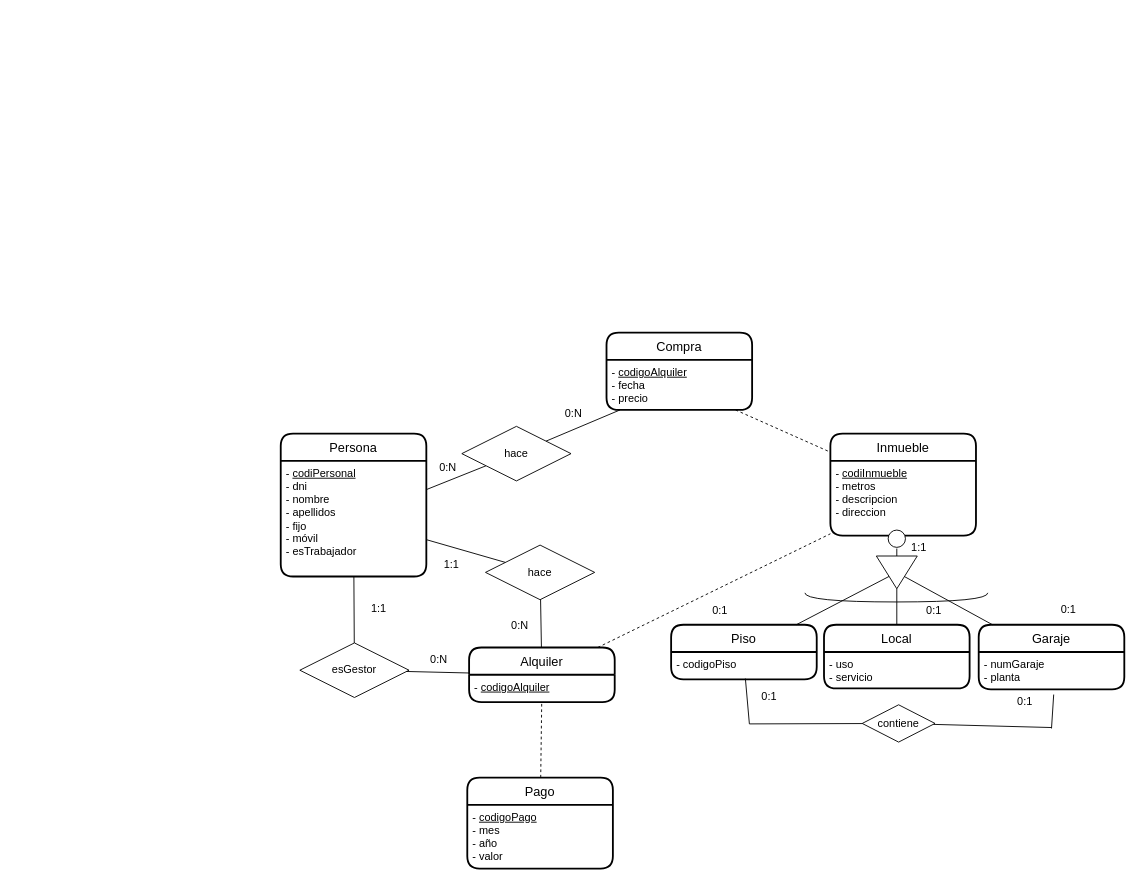
Before: ex18.drawio in JuanMarinG/TA12_MYSQL, a draw.io diagram. Source tidied: cells renumbered, new cells numbered last; positions are measured from the earlier drawing's top-left corner, leaving out a move shared by most shapes. Both pictures are drawn from the tidied source at 91%, with x=0, y=0 at pixel (280, 332).
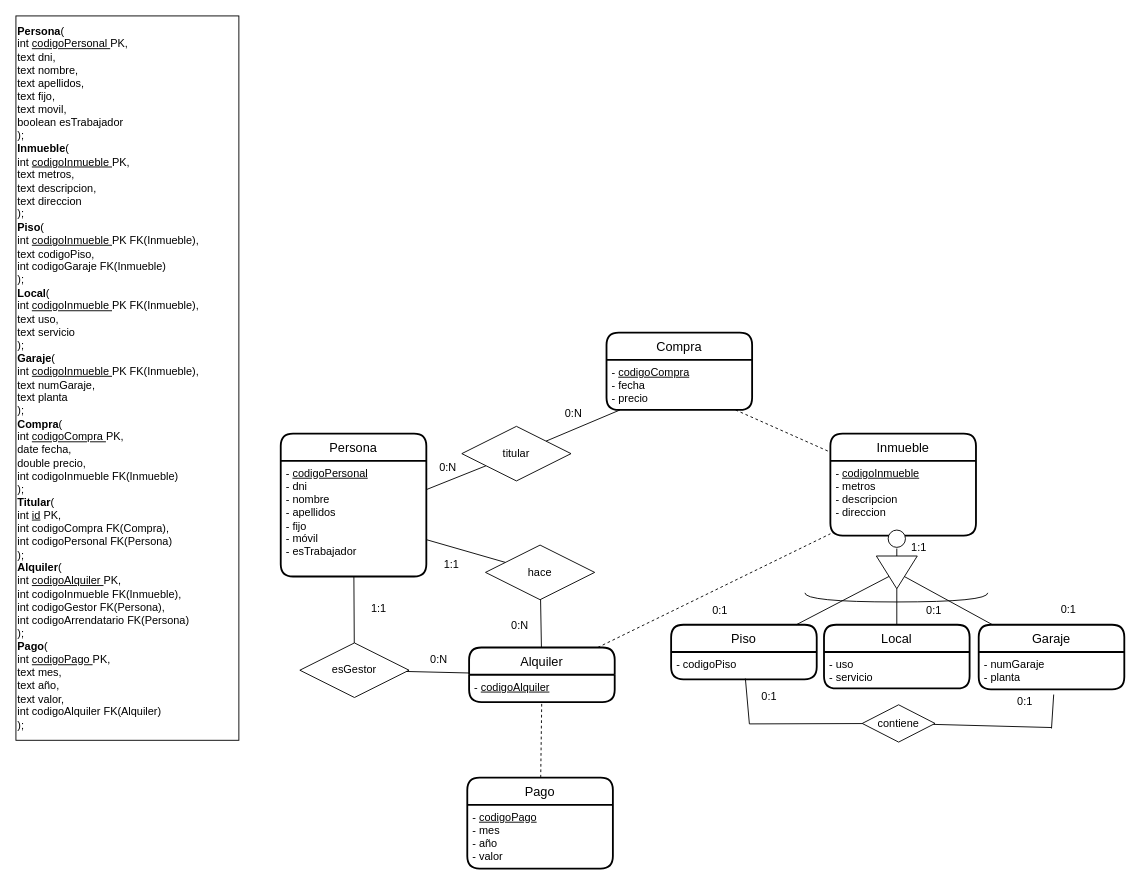
The same diagram, later.

The change refers to these unchanged cells:
```xml
<mxCell id="2" value="Persona" style="swimlane;horizontal=1;startSize=30;rounded=1;fontSize=14;fontStyle=0;strokeWidth=2;shadow=0;align=center;fillStyle=auto;gradientColor=none;swimlaneFillColor=none;fillColor=default;sketch=0;glass=0;swimlaneLine=1;perimeterSpacing=0;" parent="1" vertex="1">
  <mxGeometry y="111" width="160" height="157" as="geometry" />
</mxCell>
<mxCell id="5" value="Inmueble" style="swimlane;horizontal=1;startSize=30;rounded=1;fontSize=14;fontStyle=0;strokeWidth=2;shadow=0;align=center;fillStyle=auto;gradientColor=none;swimlaneFillColor=none;fillColor=default;sketch=0;glass=0;swimlaneLine=1;perimeterSpacing=0;" parent="1" vertex="1">
  <mxGeometry x="604" y="111" width="160" height="112" as="geometry" />
</mxCell>
<mxCell id="39" value="Compra" style="swimlane;horizontal=1;startSize=30;rounded=1;fontSize=14;fontStyle=0;strokeWidth=2;shadow=0;align=center;fillStyle=auto;gradientColor=none;swimlaneFillColor=none;fillColor=default;sketch=0;glass=0;swimlaneLine=1;perimeterSpacing=0;" parent="1" vertex="1">
  <mxGeometry x="358" width="160" height="85" as="geometry" />
</mxCell>
```

What changed in the source:
```diff
@@
-    <mxCell id="3" value="- &lt;u&gt;codiPersonal&lt;br&gt;&lt;/u&gt;- dni&lt;br&gt;- nombre&lt;br&gt;- apellidos&lt;br&gt;- fijo&lt;br&gt;&lt;div&gt;- móvil&lt;/div&gt;&lt;div&gt;- esTrabajador&lt;/div&gt;&lt;div&gt;&lt;br&gt;&lt;/div&gt;" style="text;html=1;align=left;verticalAlign=top;points=[];strokeColor=none;fillColor=none;spacingLeft=4;" parent="2" vertex="1">
+    <mxCell id="3" value="- &lt;u&gt;codigoPersonal&lt;br&gt;&lt;/u&gt;- dni&lt;br&gt;- nombre&lt;br&gt;- apellidos&lt;br&gt;- fijo&lt;br&gt;&lt;div&gt;- móvil&lt;/div&gt;&lt;div&gt;- esTrabajador&lt;/div&gt;&lt;div&gt;&lt;br&gt;&lt;/div&gt;" style="text;html=1;align=left;verticalAlign=top;points=[];strokeColor=none;fillColor=none;spacingLeft=4;" parent="2" vertex="1">
       <mxGeometry y="30" width="160" height="127" as="geometry" />
     </mxCell>
@@
-    <mxCell id="6" value="&lt;div&gt;- &lt;u&gt;codiInmueble&lt;/u&gt;&lt;/div&gt;&lt;div&gt;- metros&lt;/div&gt;&lt;div&gt;- descripcion&lt;br&gt;&lt;/div&gt;- direccion" style="text;html=1;align=left;verticalAlign=top;points=[];strokeColor=none;fillColor=none;spacingLeft=4;" parent="5" vertex="1">
+    <mxCell id="6" value="&lt;div&gt;- &lt;u&gt;codigoInmueble&lt;/u&gt;&lt;/div&gt;&lt;div&gt;- metros&lt;/div&gt;&lt;div&gt;- descripcion&lt;br&gt;&lt;/div&gt;- direccion" style="text;html=1;align=left;verticalAlign=top;points=[];strokeColor=none;fillColor=none;spacingLeft=4;" parent="5" vertex="1">
       <mxGeometry y="30" width="160" height="82" as="geometry" />
     </mxCell>
@@
-    <mxCell id="40" value="- &lt;u&gt;codigoAlquiler&lt;/u&gt;&lt;br&gt;- fecha&lt;br&gt;- precio" style="text;html=1;align=left;verticalAlign=top;points=[];strokeColor=none;fillColor=none;spacingLeft=4;" parent="39" vertex="1">
+    <mxCell id="40" value="- &lt;u&gt;codigoCompra&lt;/u&gt;&lt;br&gt;- fecha&lt;br&gt;- precio" style="text;html=1;align=left;verticalAlign=top;points=[];strokeColor=none;fillColor=none;spacingLeft=4;" parent="39" vertex="1">
       <mxGeometry y="30" width="160" height="55" as="geometry" />
     </mxCell>
@@
-    <mxCell id="45" value="hace" style="shape=rhombus;perimeter=rhombusPerimeter;whiteSpace=wrap;html=1;align=center;" parent="1" vertex="1">
+    <mxCell id="45" value="titular" style="shape=rhombus;perimeter=rhombusPerimeter;whiteSpace=wrap;html=1;align=center;" parent="1" vertex="1">
       <mxGeometry x="199" y="103" width="120" height="60" as="geometry" />
     </mxCell>
@@
+    <mxCell id="57" value="&lt;div&gt;&lt;b&gt;Persona&lt;/b&gt;(&lt;/div&gt;&lt;div&gt;&lt;span style=&quot;&quot;&gt; &lt;/span&gt;int &lt;u&gt;codigoPersonal &lt;/u&gt;PK,&amp;nbsp;&lt;/div&gt;&lt;div&gt;&lt;span style=&quot;&quot;&gt; &lt;/span&gt;text dni,&lt;/div&gt;&lt;div&gt;&lt;span style=&quot;&quot;&gt; &lt;/span&gt;text nombre,&lt;/div&gt;&lt;div&gt;&lt;span style=&quot;&quot;&gt; &lt;/span&gt;text apellidos,&lt;/div&gt;&lt;div&gt;&lt;span style=&quot;&quot;&gt; &lt;/span&gt;text fijo,&lt;/div&gt;&lt;div&gt;&lt;span style=&quot;&quot;&gt; &lt;/span&gt;text movil,&lt;/div&gt;&lt;div&gt;&lt;span style=&quot;&quot;&gt; &lt;/span&gt;boolean esTrabajador&lt;/div&gt;&lt;div&gt;);&lt;/div&gt;&lt;div&gt;&lt;b&gt;Inmueble&lt;/b&gt;(&lt;/div&gt;&lt;div&gt;&lt;span style=&quot;&quot;&gt; &lt;/span&gt;int &lt;u&gt;codigoInmueble &lt;/u&gt;PK,&lt;/div&gt;&lt;div&gt;&lt;span style=&quot;&quot;&gt; &lt;/span&gt;text metros,&lt;/div&gt;&lt;div&gt;&lt;span style=&quot;&quot;&gt; &lt;/span&gt;text descripcion,&lt;/div&gt;&lt;div&gt;&lt;span style=&quot;&quot;&gt; &lt;/span&gt;text direccion&lt;/div&gt;&lt;div&gt;);&lt;/div&gt;&lt;div&gt;&lt;b&gt;Piso&lt;/b&gt;(&lt;/div&gt;&lt;div&gt;&lt;span style=&quot;&quot;&gt; &lt;/span&gt;int &lt;u&gt;codigoInmueble &lt;/u&gt;PK FK(Inmueble),&lt;/div&gt;&lt;div&gt;&lt;span style=&quot;&quot;&gt; &lt;/span&gt;text codigoPiso,&lt;/div&gt;&lt;div&gt;&lt;span style=&quot;&quot;&gt; &lt;/span&gt;int codigoGaraje FK(Inmueble)&lt;/div&gt;&lt;div&gt;);&lt;/div&gt;&lt;div&gt;&lt;b&gt;Local&lt;/b&gt;(&lt;/div&gt;&lt;div&gt;&lt;span style=&quot;&quot;&gt; &lt;/span&gt;int &lt;u&gt;codigoInmueble &lt;/u&gt;PK FK(Inmueble),&lt;/div&gt;&lt;div&gt;&lt;span style=&quot;&quot;&gt; &lt;/span&gt;text uso,&lt;/div&gt;&lt;div&gt;&lt;span style=&quot;&quot;&gt; &lt;/span&gt;text servicio&lt;/div&gt;&lt;div&gt;);&lt;/div&gt;&lt;div&gt;&lt;b&gt;Garaje&lt;/b&gt;(&lt;/div&gt;&lt;div&gt;&lt;span style=&quot;&quot;&gt; &lt;/span&gt;int &lt;u&gt;codigoInmueble &lt;/u&gt;PK FK(Inmueble),&lt;/div&gt;&lt;div&gt;&lt;span style=&quot;&quot;&gt; &lt;/span&gt;text numGaraje,&lt;/div&gt;&lt;div&gt;&lt;span style=&quot;&quot;&gt; &lt;/span&gt;text planta&lt;/div&gt;&lt;div&gt;);&lt;/div&gt;&lt;div&gt;&lt;b&gt;Compra&lt;/b&gt;(&lt;/div&gt;&lt;div&gt;&lt;span style=&quot;&quot;&gt; &lt;/span&gt;int &lt;u&gt;codigoCompra &lt;/u&gt;PK,&lt;/div&gt;&lt;div&gt;&lt;span style=&quot;&quot;&gt; &lt;/span&gt;date fecha,&lt;/div&gt;&lt;div&gt;&lt;span style=&quot;&quot;&gt; &lt;/span&gt;double precio,&lt;/div&gt;&lt;div&gt;&lt;span style=&quot;&quot;&gt; &lt;/span&gt;int codigoInmueble FK(Inmueble)&lt;/div&gt;&lt;div&gt;);&lt;/div&gt;&lt;div&gt;&lt;b&gt;Titular&lt;/b&gt;(&lt;/div&gt;&lt;div&gt;&lt;span style=&quot;&quot;&gt; &lt;/span&gt;int &lt;u&gt;id&lt;/u&gt;&amp;nbsp;PK,&lt;/div&gt;&lt;div&gt;&lt;span style=&quot;&quot;&gt; &lt;/span&gt;int codigoCompra FK(Compra),&lt;/div&gt;&lt;div&gt;&lt;span style=&quot;&quot;&gt; &lt;/span&gt;int codigoPersonal FK(Persona)&lt;/div&gt;&lt;div&gt;);&lt;/div&gt;&lt;div&gt;&lt;b&gt;Alquiler&lt;/b&gt;(&lt;/div&gt;&lt;div&gt;&lt;span style=&quot;&quot;&gt; &lt;/span&gt;int &lt;u&gt;codigoAlquiler &lt;/u&gt;PK,&lt;/div&gt;&lt;div&gt;&lt;span style=&quot;&quot;&gt; &lt;/span&gt;int codigoInmueble FK(Inmueble),&lt;/div&gt;&lt;div&gt;&lt;span style=&quot;&quot;&gt; &lt;/span&gt;int codigoGestor FK(Persona),&lt;/div&gt;&lt;div&gt;&lt;span style=&quot;&quot;&gt; &lt;/span&gt;int codigoArrendatario FK(Persona)&lt;/div&gt;&lt;div&gt;);&lt;/div&gt;&lt;div&gt;&lt;b&gt;Pago&lt;/b&gt;(&lt;/div&gt;&lt;div&gt;&lt;span style=&quot;&quot;&gt; &lt;/span&gt;int &lt;u&gt;codigoPago &lt;/u&gt;PK,&lt;/div&gt;&lt;div&gt;&lt;span style=&quot;&quot;&gt; &lt;/span&gt;text mes,&lt;/div&gt;&lt;div&gt;&lt;span style=&quot;&quot;&gt; &lt;/span&gt;text año,&lt;/div&gt;&lt;div&gt;&lt;span style=&quot;&quot;&gt; &lt;/span&gt;text valor,&lt;/div&gt;&lt;div&gt;&lt;span style=&quot;&quot;&gt; &lt;/span&gt;int codigoAlquiler FK(Alquiler)&lt;/div&gt;&lt;div&gt;);&lt;/div&gt;" style="text;html=1;align=left;verticalAlign=middle;whiteSpace=wrap;rounded=0;strokeColor=default;" parent="1" vertex="1">
+      <mxGeometry x="-291" y="-348" width="245" height="796" as="geometry" />
+    </mxCell>
```
